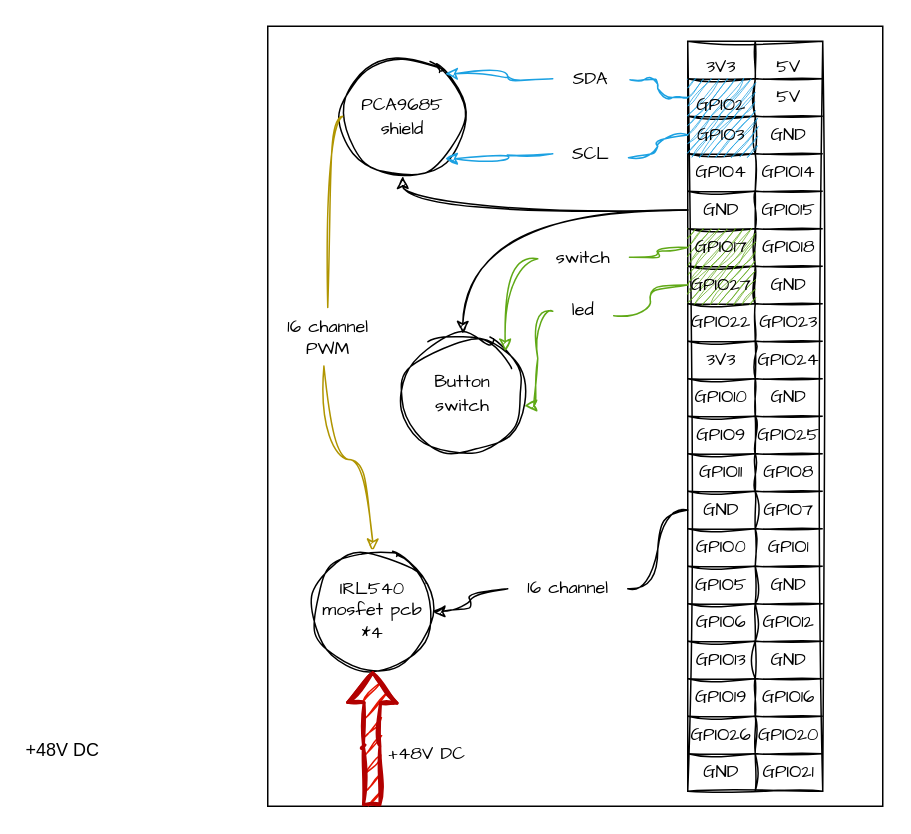
Above: ressources/diagram-wiring.drawio in lan-ensad/cloches-sous-tension (draw.io), before the change. Source tidied: cells renumbered, new cells numbered last; positions are measured from the earlier drawing's top-left corner, leaving out a move shared by most shapes. Both pictures are drawn from the tidied source at 150%, with x=0, y=0 at pixel (246, 26).
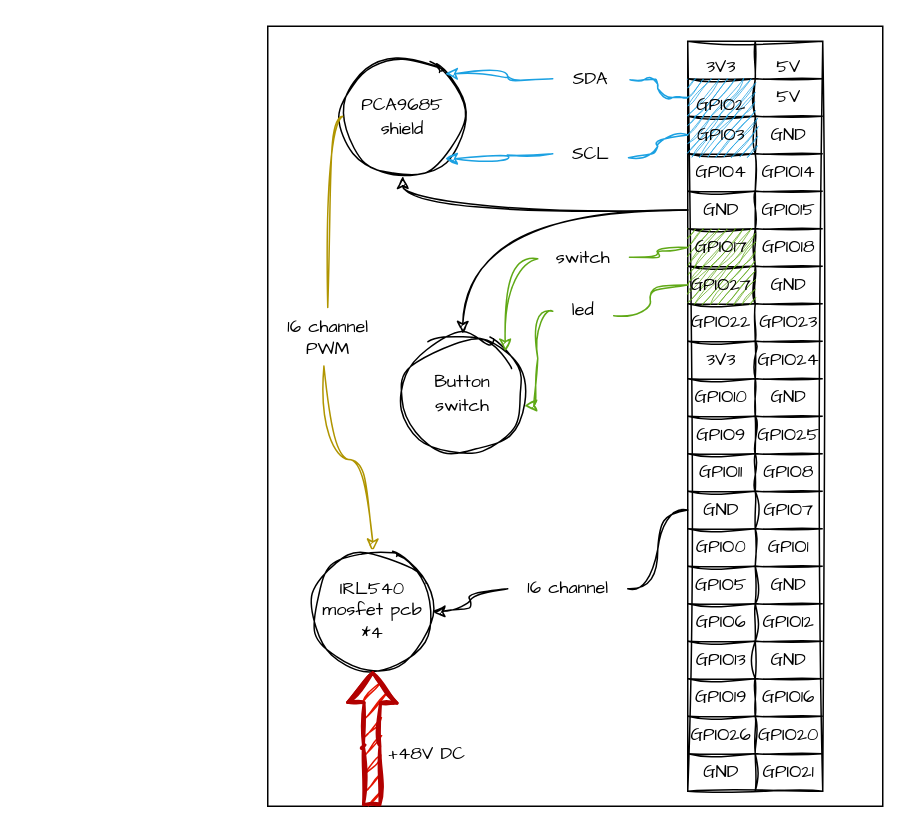
The same diagram, later.

Unchanged cells that the change refers to:
```xml
<mxCell id="87" style="shape=flexArrow;endArrow=classic;html=1;strokeWidth=2;fontSize=12;entryX=0.5;entryY=1;entryDx=0;entryDy=0;edgeStyle=orthogonalEdgeStyle;exitX=0.169;exitY=1;exitDx=0;exitDy=0;sketch=1;curveFitting=1;jiggle=2;exitPerimeter=0;fillColor=#e51400;strokeColor=#B20000;" parent="1" edge="1" source="2" target="81">
  <mxGeometry relative="1" as="geometry">
    <Array as="points">
      <mxPoint x="83" y="480" />
      <mxPoint x="84" y="480" />
    </Array>
  </mxGeometry>
</mxCell>
```

Diff of the diagram source:
```diff
@@
-    <mxCell id="88" value="+48V DC" style="edgeLabel;html=1;align=center;verticalAlign=middle;fontSize=12;sketch=1;curveFitting=1;jiggle=2;" parent="87" vertex="1">
-      <mxGeometry x="0.19" y="-1" relative="1" as="geometry">
-        <mxPoint x="-208" y="16" as="offset" />
-      </mxGeometry>
-    </mxCell>
```
